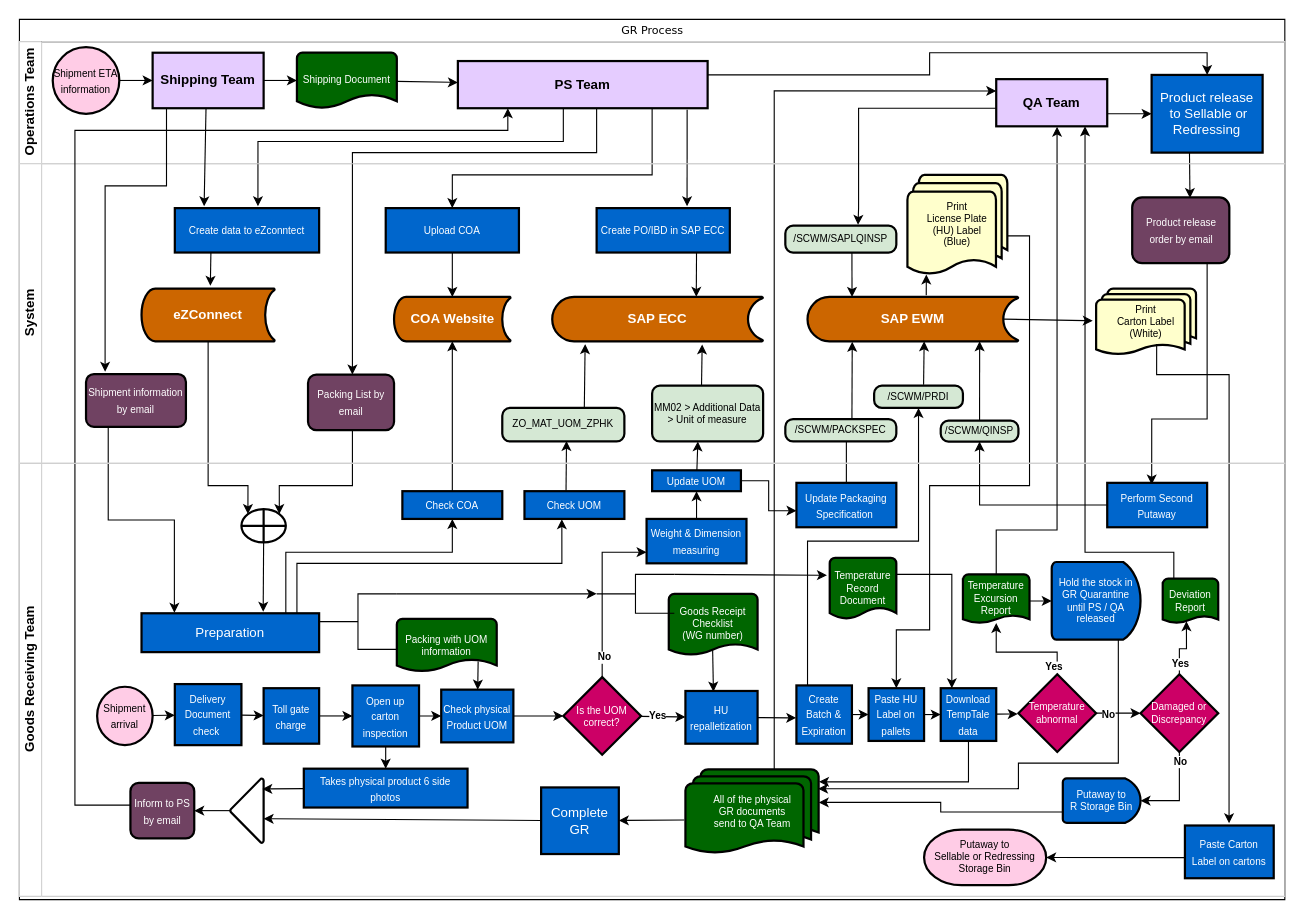
chengkahohk/ZPHK_GR_workflow keeps this draw.io diagram as GR_Flowchart.drawio. Above is the earlier version. Source tidied: cells renumbered, new cells numbered last; positions are measured from the earlier drawing's top-left corner, leaving out a move shared by most shapes. Both pictures are drawn from the tidied source at 111%, with x=0, y=0 at pixel (19, 19).
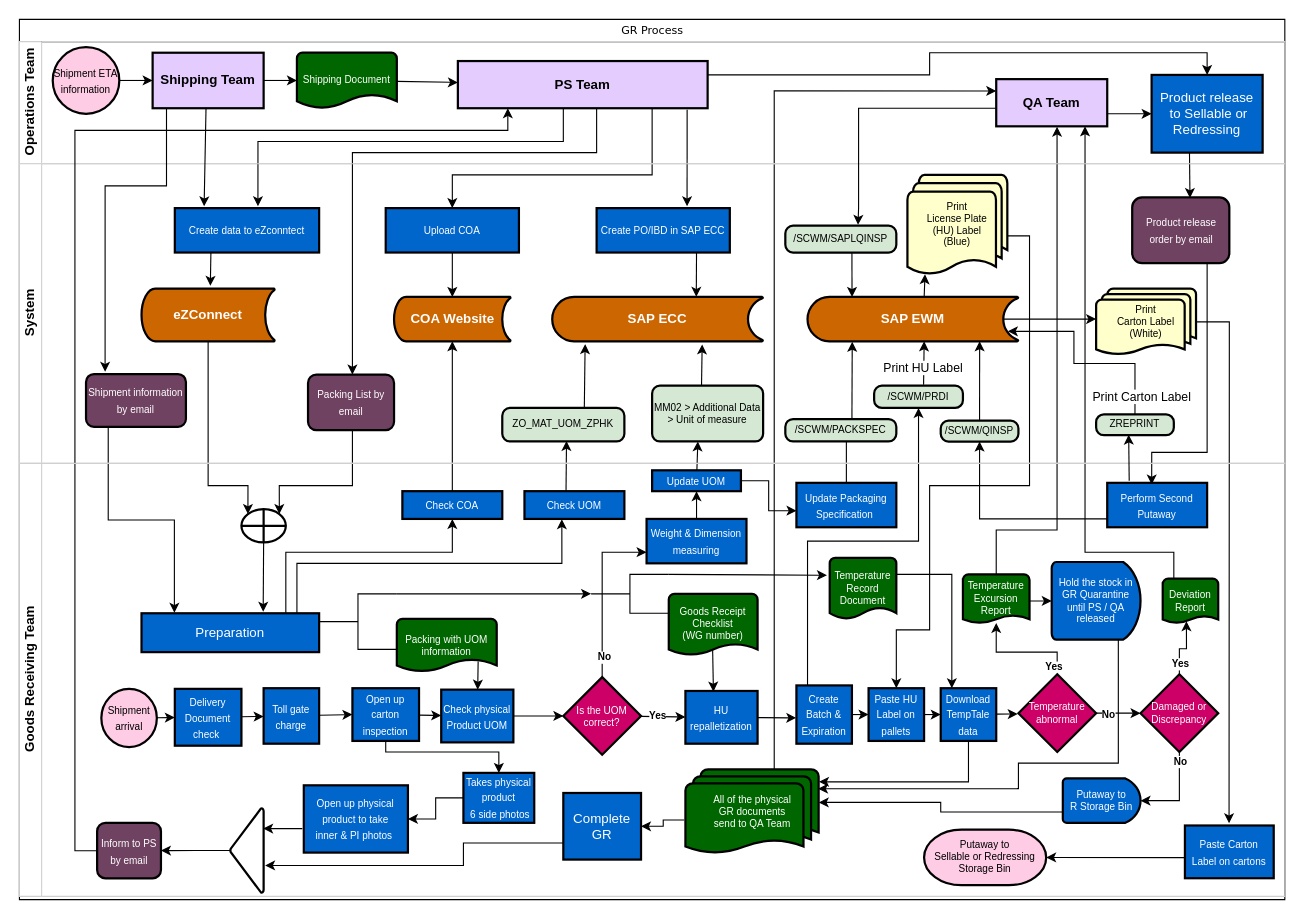
Above is the later version.

The change refers to these unchanged cells:
```xml
<mxCell id="2" value="&lt;span style=&quot;font-weight: normal;&quot;&gt;&lt;font style=&quot;font-size: 10px;&quot;&gt;GR Process&lt;/font&gt;&lt;/span&gt;" style="swimlane;html=1;horizontal=1;startSize=20;rounded=0;shadow=0;labelBackgroundColor=none;strokeWidth=1;fontFamily=Verdana;fontSize=8;align=center;" parent="1" vertex="1">
  <mxGeometry width="1140" height="793" as="geometry" />
</mxCell>
<mxCell id="31" value="System" style="swimlane;html=1;startSize=20;horizontal=0;strokeColor=#D0D0D0;" parent="2" vertex="1">
  <mxGeometry y="130" width="1140" height="270" as="geometry" />
</mxCell>
<mxCell id="47" value="&lt;font style=&quot;font-size: 9px;&quot;&gt;MM02 &amp;gt; Additional Data &amp;gt;&amp;nbsp;Unit of measure&lt;/font&gt;" style="rounded=1;whiteSpace=wrap;html=1;absoluteArcSize=1;arcSize=14;strokeWidth=2;fontFamily=Helvetica;fontSize=9;fontColor=#000000;fillColor=#D5E8D4;" parent="31" vertex="1">
  <mxGeometry x="570" y="200" width="100" height="50.2" as="geometry" />
</mxCell>
<mxCell id="50" value="&lt;b&gt;&lt;font style=&quot;font-size: 12px;&quot;&gt;SAP EWM&lt;/font&gt;&lt;/b&gt;" style="strokeWidth=2;html=1;shape=mxgraph.flowchart.stored_data;whiteSpace=wrap;fontFamily=Helvetica;fontSize=9;fontColor=#FFFFFF;fillColor=#CC6600;" parent="31" vertex="1">
  <mxGeometry x="710" y="120" width="190" height="40" as="geometry" />
</mxCell>
<mxCell id="51" style="rounded=0;jettySize=auto;html=1;entryX=0.553;entryY=1;entryDx=0;entryDy=0;entryPerimeter=0;fontFamily=Helvetica;fontSize=9;fontColor=#FFFFFF;exitX=0.557;exitY=-0.046;exitDx=0;exitDy=0;exitPerimeter=0;strokeColor=#000000;" parent="31" edge="1" source="52" target="50">
  <mxGeometry relative="1" as="geometry" />
</mxCell>
<mxCell id="53" value="Print&lt;br&gt;License Plate&lt;br&gt;(HU) Label&lt;br&gt;(Blue)" style="strokeWidth=2;html=1;shape=mxgraph.flowchart.multi-document;whiteSpace=wrap;fontFamily=Helvetica;fontSize=9;fontColor=#000000;fillColor=#FFFFCC;" parent="31" vertex="1">
  <mxGeometry x="800" y="10" width="90" height="90.8" as="geometry" />
</mxCell>
<mxCell id="54" value="&lt;font style=&quot;font-size: 9px;&quot;&gt;Product release order by email&lt;/font&gt;" style="whiteSpace=wrap;html=1;fillColor=#704262;fontColor=#FFFFFF;rounded=1;strokeWidth=2;" parent="31" vertex="1">
  <mxGeometry x="1002.5" y="30.4" width="87.5" height="59.2" as="geometry" />
</mxCell>
<mxCell id="56" value="/SCWM/QINSP" style="rounded=1;whiteSpace=wrap;html=1;absoluteArcSize=1;arcSize=14;strokeWidth=2;fontFamily=Helvetica;fontSize=9;fontColor=#000000;fillColor=#D5E8D4;" parent="31" vertex="1">
  <mxGeometry x="830" y="231.5" width="70" height="18.8" as="geometry" />
</mxCell>
<mxCell id="58" value="Print&lt;br&gt;Carton Label&lt;br&gt;(White)" style="strokeWidth=2;html=1;shape=mxgraph.flowchart.multi-document;whiteSpace=wrap;fontFamily=Helvetica;fontSize=9;fontColor=#000000;fillColor=#FFFFCC;" parent="31" vertex="1">
  <mxGeometry x="970" y="112.5" width="90" height="60" as="geometry" />
</mxCell>
<mxCell id="68" value="Goods Receiving Team" style="swimlane;html=1;startSize=20;horizontal=0;fillColor=none;strokeColor=#D0D0D0;" parent="2" vertex="1">
  <mxGeometry y="400" width="1140" height="390" as="geometry" />
</mxCell>
<mxCell id="126" value="&lt;font style=&quot;font-size: 9px;&quot;&gt;Perform Second Putaway&lt;/font&gt;" style="whiteSpace=wrap;html=1;fillColor=#0066CC;fontColor=#FFFFFF;strokeWidth=2;" parent="68" vertex="1">
  <mxGeometry x="980" y="17.5" width="90" height="40" as="geometry" />
</mxCell>
<mxCell id="128" value="&lt;font style=&quot;font-size: 9px;&quot;&gt;Paste Carton&lt;br&gt;Label on cartons&lt;/font&gt;" style="whiteSpace=wrap;html=1;fillColor=#0066CC;fontColor=#FFFFFF;strokeWidth=2;" parent="68" vertex="1">
  <mxGeometry x="1050" y="326.2" width="80" height="47.5" as="geometry" />
</mxCell>
<mxCell id="134" value="All of the physical &lt;br&gt;GR documents&lt;br&gt;send to QA Team" style="strokeWidth=2;html=1;shape=mxgraph.flowchart.multi-document;size=0.15767195767195646;fontFamily=Helvetica;fontSize=9;fontColor=#FFFFFF;fillColor=#006600;" parent="68" vertex="1">
  <mxGeometry x="600" y="275.6" width="120" height="76.2" as="geometry" />
</mxCell>
<mxCell id="144" value="&lt;font style=&quot;font-size: 9px;&quot;&gt;Update UOM&lt;/font&gt;" style="whiteSpace=wrap;html=1;fillColor=#0066CC;fontColor=#FFFFFF;strokeWidth=2;" parent="68" vertex="1">
  <mxGeometry x="570" y="6.2" width="80" height="18.8" as="geometry" />
</mxCell>
```

Change to the diagram source:
```diff
@@
-    <mxCell id="48" style="edgeStyle=none;rounded=0;jettySize=auto;html=1;fontFamily=Helvetica;fontSize=9;fontColor=#FFFFFF;entryX=0.189;entryY=0.989;entryDx=0;entryDy=0;entryPerimeter=0;exitX=0.563;exitY=-0.039;exitDx=0;exitDy=0;exitPerimeter=0;strokeColor=#000000;" parent="31" edge="1" source="50" target="53">
+    <mxCell id="48" style="edgeStyle=none;rounded=0;jettySize=auto;html=1;fontFamily=Helvetica;fontSize=9;fontColor=#FFFFFF;entryX=0.176;entryY=0.987;entryDx=0;entryDy=0;entryPerimeter=0;exitX=0.553;exitY=0.007;exitDx=0;exitDy=0;exitPerimeter=0;strokeColor=#000000;" parent="31" edge="1" source="50" target="53">
       <mxGeometry relative="1" as="geometry" />
     </mxCell>
-    <mxCell id="49" style="edgeStyle=none;rounded=0;jettySize=auto;html=1;entryX=-0.034;entryY=0.483;entryDx=0;entryDy=0;entryPerimeter=0;fontFamily=Helvetica;fontSize=9;fontColor=#FFFFFF;strokeColor=#000000;fillColor=#FF33FF;exitX=0.93;exitY=0.5;exitDx=0;exitDy=0;exitPerimeter=0;" parent="31" edge="1" source="50" target="58">
+    <mxCell id="49" style="edgeStyle=none;rounded=0;jettySize=auto;html=1;entryX=0;entryY=0.458;entryDx=0;entryDy=0;entryPerimeter=0;fontFamily=Helvetica;fontSize=9;fontColor=#FFFFFF;strokeColor=#000000;fillColor=#FF33FF;exitX=0.93;exitY=0.5;exitDx=0;exitDy=0;exitPerimeter=0;" parent="31" edge="1" source="50" target="58">
       <mxGeometry relative="1" as="geometry" />
     </mxCell>
@@
+    <mxCell id="147" value="Print HU Label" style="edgeLabel;html=1;align=center;verticalAlign=middle;" parent="51" vertex="1">
+      <mxGeometry x="-0.18" y="1" relative="1" as="geometry" />
+    </mxCell>
@@
+    <mxCell id="148" style="edgeStyle=orthogonalEdgeStyle;rounded=0;jettySize=auto;html=1;entryX=0.95;entryY=0.775;entryDx=0;entryDy=0;entryPerimeter=0;" parent="31" edge="1" source="150" target="50">
+      <mxGeometry relative="1" as="geometry">
+        <Array as="points">
+          <mxPoint x="1005" y="180" />
+          <mxPoint x="950" y="180" />
+          <mxPoint x="950" y="151" />
+        </Array>
+      </mxGeometry>
+    </mxCell>
+    <mxCell id="149" value="Print Carton Label" style="edgeLabel;html=1;align=center;verticalAlign=middle;" parent="148" vertex="1">
+      <mxGeometry x="-0.79" y="1" relative="1" as="geometry">
+        <mxPoint x="6" y="4" as="offset" />
+      </mxGeometry>
+    </mxCell>
+    <mxCell id="150" value="ZREPRINT" style="rounded=1;whiteSpace=wrap;html=1;absoluteArcSize=1;arcSize=14;strokeWidth=2;fontFamily=Helvetica;fontSize=9;fontColor=#000000;fillColor=#D5E8D4;" parent="31" vertex="1">
+      <mxGeometry x="970" y="225.8" width="70" height="18.8" as="geometry" />
+    </mxCell>
     <mxCell id="61" style="edgeStyle=orthogonalEdgeStyle;rounded=0;jettySize=auto;html=1;entryX=0.445;entryY=0.037;entryDx=0;entryDy=0;fontFamily=Helvetica;fontSize=9;fontColor=#FFFFFF;entryPerimeter=0;" parent="2" edge="1" source="54" target="126">
       <mxGeometry relative="1" as="geometry">
         <Array as="points">
-          <mxPoint x="1070" y="360" />
-          <mxPoint x="1020" y="360" />
+          <mxPoint x="1070" y="390" />
+          <mxPoint x="1020" y="390" />
         </Array>
       </mxGeometry>
     </mxCell>
     <mxCell id="62" style="edgeStyle=orthogonalEdgeStyle;rounded=0;jettySize=auto;html=1;fontFamily=Helvetica;fontSize=9;fontColor=#FFFFFF;" parent="2" edge="1" source="126" target="56">
-      <mxGeometry relative="1" as="geometry" />
+      <mxGeometry relative="1" as="geometry">
+        <Array as="points">
+          <mxPoint x="865" y="450" />
+        </Array>
+      </mxGeometry>
     </mxCell>
-    <mxCell id="63" style="edgeStyle=orthogonalEdgeStyle;rounded=0;jettySize=auto;html=1;fontFamily=Helvetica;fontSize=9;fontColor=#FFFFFF;strokeColor=#000000;fillColor=#FF33FF;exitX=0.606;exitY=0.833;exitDx=0;exitDy=0;exitPerimeter=0;entryX=0.497;entryY=-0.042;entryDx=0;entryDy=0;entryPerimeter=0;" parent="2" edge="1" source="58" target="128">
+    <mxCell id="63" style="edgeStyle=orthogonalEdgeStyle;rounded=0;jettySize=auto;html=1;fontFamily=Helvetica;fontSize=9;fontColor=#FFFFFF;strokeColor=#000000;fillColor=#FF33FF;exitX=1;exitY=0.5;exitDx=0;exitDy=0;exitPerimeter=0;entryX=0.497;entryY=-0.042;entryDx=0;entryDy=0;entryPerimeter=0;" parent="2" edge="1" source="58" target="128">
       <mxGeometry relative="1" as="geometry">
         <Array as="points">
-          <mxPoint x="1025" y="320" />
-          <mxPoint x="1090" y="320" />
+          <mxPoint x="1090" y="273" />
+          <mxPoint x="1090" y="293" />
         </Array>
       </mxGeometry>
     </mxCell>
@@
     <mxCell id="67" style="edgeStyle=orthogonalEdgeStyle;rounded=0;jettySize=auto;html=1;fontSize=9;exitX=0;exitY=0.4;exitDx=0;exitDy=0;exitPerimeter=0;" parent="2" edge="1" source="142">
       <mxGeometry relative="1" as="geometry">
         <mxPoint x="440" y="80" as="targetPoint" />
         <Array as="points">
-          <mxPoint x="50" y="708" />
+          <mxPoint x="70" y="749" />
+          <mxPoint x="50" y="749" />
           <mxPoint x="50" y="100" />
           <mxPoint x="440" y="100" />
         </Array>
       </mxGeometry>
     </mxCell>
+    <mxCell id="146" style="edgeStyle=none;rounded=0;jettySize=auto;html=1;entryX=0.412;entryY=0.999;entryDx=0;entryDy=0;entryPerimeter=0;" parent="2" edge="1" source="144" target="47">
+      <mxGeometry relative="1" as="geometry" />
+    </mxCell>
@@
     <mxCell id="70" value="&lt;font style=&quot;font-size: 9px;&quot;&gt;Shipment arrival&lt;/font&gt;" style="strokeWidth=2;html=1;shape=mxgraph.flowchart.start_2;whiteSpace=wrap;fillColor=#FFCCE6;fontColor=#000000;" parent="68" vertex="1">
-      <mxGeometry x="70" y="201.2" width="50" height="52.5" as="geometry" />
+      <mxGeometry x="73.8" y="203.1" width="50" height="52.5" as="geometry" />
     </mxCell>
@@
+    <mxCell id="137" style="edgeStyle=orthogonalEdgeStyle;rounded=0;jettySize=auto;html=1;entryX=0.5;entryY=0;entryDx=0;entryDy=0;" parent="68" edge="1" source="78" target="136">
+      <mxGeometry relative="1" as="geometry">
+        <Array as="points">
+          <mxPoint x="330" y="260" />
+          <mxPoint x="432" y="260" />
+        </Array>
+      </mxGeometry>
+    </mxCell>
     <mxCell id="78" value="&lt;font style=&quot;font-size: 9px;&quot;&gt;Open up carton inspection&lt;/font&gt;" style="whiteSpace=wrap;html=1;fillColor=#0066CC;fontColor=#FFFFFF;strokeWidth=2;" parent="68" vertex="1">
-      <mxGeometry x="300" y="200" width="60" height="55" as="geometry" />
+      <mxGeometry x="300" y="202.5" width="60" height="47.5" as="geometry" />
     </mxCell>
@@
     <mxCell id="98" value="&lt;font style=&quot;font-size: 9px;&quot;&gt;Delivery Document check&amp;nbsp;&lt;/font&gt;" style="whiteSpace=wrap;html=1;fillColor=#0066CC;fontColor=#FFFFFF;strokeWidth=2;" parent="68" vertex="1">
-      <mxGeometry x="140" y="198.8" width="60" height="55" as="geometry" />
+      <mxGeometry x="140" y="203.1" width="60" height="51.2" as="geometry" />
     </mxCell>
@@
     <mxCell id="103" style="strokeWidth=1;html=1;shape=mxgraph.flowchart.annotation_2;align=left;labelPosition=right;fontFamily=Helvetica;fontSize=9;fontColor=#FFFFFF;fillColor=#0066CC;" parent="68" vertex="1">
-      <mxGeometry x="520" y="100" width="70" height="35" as="geometry" />
+      <mxGeometry x="515" y="100" width="70" height="35" as="geometry" />
     </mxCell>
@@
-    <mxCell id="133" style="rounded=0;jettySize=auto;html=1;fontSize=9;exitX=-0.009;exitY=0.599;exitDx=0;exitDy=0;exitPerimeter=0;" parent="68" edge="1" source="134" target="139">
+    <mxCell id="133" style="rounded=0;jettySize=auto;html=1;fontSize=9;exitX=-0.009;exitY=0.599;exitDx=0;exitDy=0;exitPerimeter=0;edgeStyle=orthogonalEdgeStyle;" parent="68" edge="1" source="134" target="139">
       <mxGeometry relative="1" as="geometry" />
     </mxCell>
@@
-    <mxCell id="135" style="edgeStyle=none;rounded=0;jettySize=auto;html=1;fontSize=9;entryX=0.163;entryY=0.04;entryDx=0;entryDy=0;entryPerimeter=0;" parent="68" edge="1" source="136" target="141">
+    <mxCell id="135" style="edgeStyle=none;rounded=0;jettySize=auto;html=1;fontSize=9;startArrow=none;exitX=-0.014;exitY=0.643;exitDx=0;exitDy=0;exitPerimeter=0;entryX=0.241;entryY=0.014;entryDx=0;entryDy=0;entryPerimeter=0;" parent="68" edge="1" source="152" target="141">
       <mxGeometry relative="1" as="geometry" />
     </mxCell>
+    <mxCell id="151" style="edgeStyle=orthogonalEdgeStyle;rounded=0;jettySize=auto;html=1;" parent="68" edge="1" source="136" target="152">
+      <mxGeometry relative="1" as="geometry" />
+    </mxCell>
-    <mxCell id="136" value="&lt;font style=&quot;font-size: 9px;&quot;&gt;Takes physical product 6 side photos&lt;/font&gt;" style="whiteSpace=wrap;html=1;fillColor=#0066CC;fontColor=#FFFFFF;strokeWidth=2;" parent="68" vertex="1">
-      <mxGeometry x="256.2" y="275" width="147.5" height="35" as="geometry" />
+    <mxCell id="136" value="&lt;font style=&quot;font-size: 9px;&quot;&gt;Takes physical product&lt;br&gt;&amp;nbsp;6 side photos&lt;/font&gt;" style="whiteSpace=wrap;html=1;fillColor=#0066CC;fontColor=#FFFFFF;strokeWidth=2;" parent="68" vertex="1">
+      <mxGeometry x="400" y="278.8" width="63.8" height="45" as="geometry" />
     </mxCell>
-    <mxCell id="137" style="rounded=0;jettySize=auto;html=1;fontSize=9;" parent="68" edge="1" source="78" target="136">
-      <mxGeometry relative="1" as="geometry" />
-    </mxCell>
-    <mxCell id="138" style="edgeStyle=none;rounded=0;jettySize=auto;html=1;fontSize=9;entryX=0.624;entryY=0;entryDx=0;entryDy=0;entryPerimeter=0;" parent="68" edge="1" source="139" target="141">
-      <mxGeometry relative="1" as="geometry" />
+    <mxCell id="138" style="edgeStyle=orthogonalEdgeStyle;rounded=0;jettySize=auto;html=1;fontSize=9;entryX=0.677;entryY=-0.044;entryDx=0;entryDy=0;entryPerimeter=0;exitX=0;exitY=0.75;exitDx=0;exitDy=0;" parent="68" edge="1" source="139" target="141">
+      <mxGeometry relative="1" as="geometry">
+        <Array as="points">
+          <mxPoint x="400" y="342" />
+          <mxPoint x="400" y="362" />
+        </Array>
+      </mxGeometry>
     </mxCell>
     <mxCell id="139" value="Complete GR" style="whiteSpace=wrap;html=1;fillColor=#0066CC;fontColor=#FFFFFF;strokeWidth=2;" parent="68" vertex="1">
-      <mxGeometry x="470" y="291.9" width="70" height="60" as="geometry" />
+      <mxGeometry x="490" y="296.9" width="70" height="60" as="geometry" />
     </mxCell>
@@
     <mxCell id="141" style="strokeWidth=2;html=1;shape=mxgraph.flowchart.merge_or_storage;whiteSpace=wrap;fontSize=9;fillColor=none;direction=south;" parent="68" vertex="1">
-      <mxGeometry x="190" y="283.8" width="30" height="58.1" as="geometry" />
+      <mxGeometry x="190" y="310.6" width="30" height="76.2" as="geometry" />
     </mxCell>
     <mxCell id="142" value="&lt;font style=&quot;font-size: 9px;&quot;&gt;Inform to PS by email&lt;/font&gt;" style="whiteSpace=wrap;html=1;fillColor=#704262;fontColor=#FFFFFF;rounded=1;strokeWidth=2;" parent="68" vertex="1">
-      <mxGeometry x="100" y="287.8" width="57.5" height="50" as="geometry" />
+      <mxGeometry x="70" y="323.8" width="57.5" height="50" as="geometry" />
     </mxCell>
@@
-    <mxCell id="146" style="edgeStyle=none;rounded=0;jettySize=auto;html=1;entryX=0.412;entryY=0.999;entryDx=0;entryDy=0;entryPerimeter=0;" parent="2" edge="1" source="144" target="47">
-      <mxGeometry relative="1" as="geometry" />
-    </mxCell>
+    <mxCell id="152" value="&lt;font style=&quot;font-size: 9px;&quot;&gt;Open up physical product to take &lt;br&gt;inner &amp;amp; PI photos&amp;nbsp;&lt;/font&gt;" style="whiteSpace=wrap;html=1;fillColor=#0066CC;fontColor=#FFFFFF;strokeWidth=2;" parent="68" vertex="1">
+      <mxGeometry x="256.2" y="290" width="93.8" height="60.6" as="geometry" />
+    </mxCell>
+    <mxCell id="153" style="edgeStyle=none;rounded=0;jettySize=auto;html=1;entryX=0.419;entryY=0.972;entryDx=0;entryDy=0;exitX=0.22;exitY=-0.046;exitDx=0;exitDy=0;exitPerimeter=0;entryPerimeter=0;" parent="2" edge="1" source="126" target="150">
+      <mxGeometry relative="1" as="geometry" />
+    </mxCell>
```
